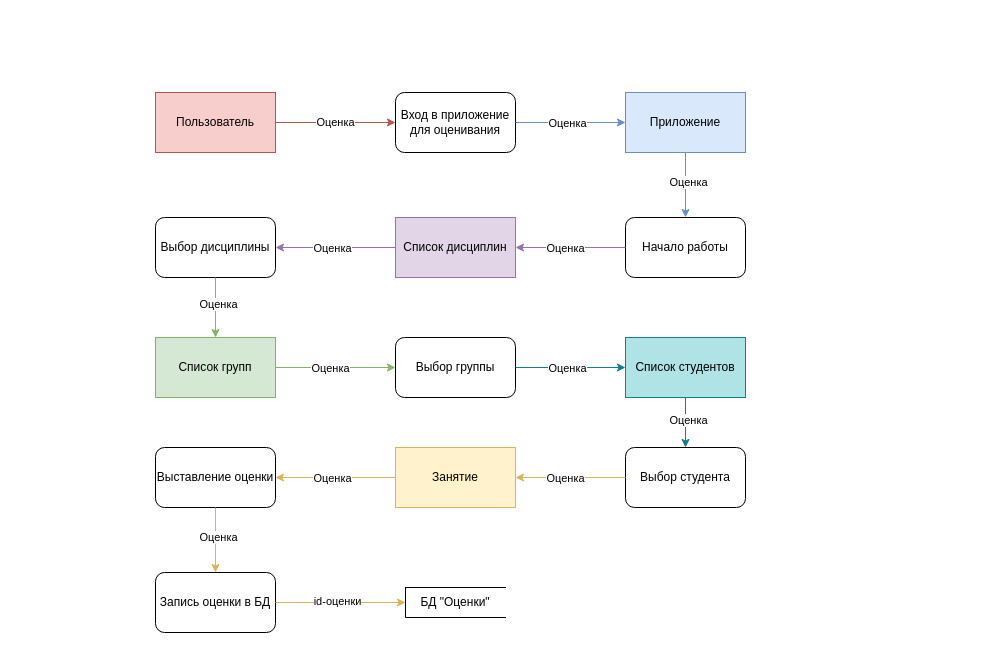
The draw.io diagram DFD.drawio in PaulMatthewss/PP2, before the edit. Source tidied: cells renumbered, new cells numbered last; positions are measured from the earlier drawing's top-left corner, leaving out a move shared by most shapes. Both pictures are drawn from the tidied source at 100%, with x=0, y=0 at pixel (155, 92).
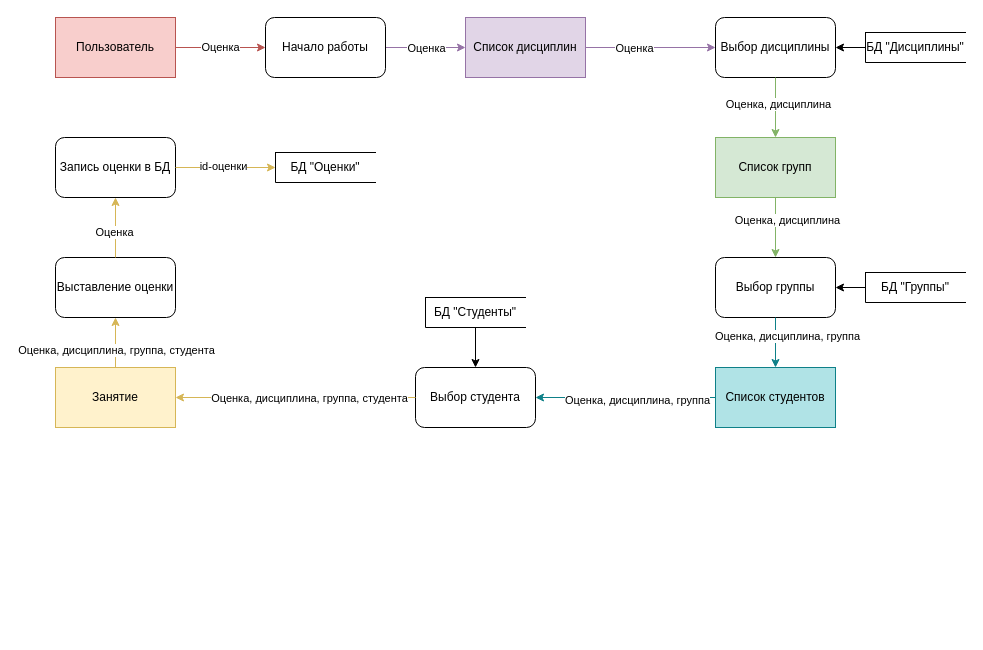
After the change.

The change refers to these unchanged cells:
```xml
<mxCell id="22" style="endArrow=classic;html=1;rounded=0;fillColor=#e1d5e7;strokeColor=#9673a6;" parent="1" edge="1" source="13" target="14">
  <mxGeometry relative="1" as="geometry" />
</mxCell>
<mxCell id="24" style="endArrow=classic;html=1;rounded=0;fillColor=#e1d5e7;strokeColor=#9673a6;" parent="1" edge="1" source="14" target="15">
  <mxGeometry relative="1" as="geometry" />
</mxCell>
<mxCell id="26" style="endArrow=classic;html=1;rounded=0;fillColor=#d5e8d4;strokeColor=#82b366;" parent="1" edge="1" source="15" target="16">
  <mxGeometry relative="1" as="geometry" />
</mxCell>
<mxCell id="28" style="endArrow=classic;html=1;rounded=0;fillColor=#d5e8d4;strokeColor=#82b366;" parent="1" edge="1" source="16" target="17">
  <mxGeometry relative="1" as="geometry" />
</mxCell>
<mxCell id="30" style="endArrow=classic;html=1;rounded=0;fillColor=#b0e3e6;strokeColor=#0e8088;" parent="1" edge="1" source="17" target="18">
  <mxGeometry relative="1" as="geometry" />
</mxCell>
<mxCell id="32" style="endArrow=classic;html=1;rounded=0;fillColor=#fff2cc;strokeColor=#d6b656;" parent="1" edge="1" source="19" target="20">
  <mxGeometry relative="1" as="geometry" />
</mxCell>
<mxCell id="34" style="endArrow=classic;html=1;rounded=0;fillColor=#fff2cc;strokeColor=#d6b656;" parent="1" edge="1" source="20" target="21">
  <mxGeometry relative="1" as="geometry" />
</mxCell>
<mxCell id="36" style="endArrow=classic;html=1;rounded=0;fillColor=#b0e3e6;strokeColor=#0e8088;" parent="1" edge="1" source="18" target="19">
  <mxGeometry relative="1" as="geometry" />
</mxCell>
```

Change to the diagram source:
```diff
@@
-    <mxCell id="2" value="Вход в приложение для оценивания" style="rounded=1;whiteSpace=wrap;html=1;" parent="1" vertex="1">
-      <mxGeometry x="240" width="120" height="60" as="geometry" />
-    </mxCell>
-    <mxCell id="3" value="Приложение" style="rounded=0;whiteSpace=wrap;html=1;fillColor=#dae8fc;strokeColor=#6c8ebf;" parent="1" vertex="1">
-      <mxGeometry x="470" width="120" height="60" as="geometry" />
-    </mxCell>
-    <mxCell id="4" value="Оценка" style="endArrow=classic;html=1;rounded=0;fillColor=#f8cecc;strokeColor=#b85450;" parent="1" edge="1" source="40" target="2">
+    <mxCell id="4" value="Оценка" style="endArrow=classic;html=1;rounded=0;fillColor=#f8cecc;strokeColor=#b85450;" parent="1" edge="1" source="40" target="13">
       <mxGeometry relative="1" as="geometry" />
     </mxCell>
-    <mxCell id="5" style="endArrow=classic;html=1;rounded=0;fillColor=#dae8fc;strokeColor=#6c8ebf;" parent="1" edge="1" source="2" target="3">
-      <mxGeometry relative="1" as="geometry" />
-    </mxCell>
-    <mxCell id="6" value="Оценка" style="edgeLabel;html=1;align=center;verticalAlign=middle;" parent="5" vertex="1">
-      <mxGeometry x="-0.28" relative="1" as="geometry">
-        <mxPoint x="11" as="offset" />
-      </mxGeometry>
-    </mxCell>
     <mxCell id="7" value="Запись оценки в БД" style="rounded=1;whiteSpace=wrap;html=1;" parent="1" vertex="1">
-      <mxGeometry y="480" width="120" height="60" as="geometry" />
+      <mxGeometry x="-100" y="45" width="120" height="60" as="geometry" />
     </mxCell>
     <mxCell id="8" value="БД &quot;Оценки&quot;" style="html=1;dashed=0;whiteSpace=wrap;shape=partialRectangle;right=0;" parent="1" vertex="1">
-      <mxGeometry x="250" y="495" width="100" height="30" as="geometry" />
+      <mxGeometry x="120" y="60" width="100" height="30" as="geometry" />
     </mxCell>
-    <mxCell id="9" style="endArrow=classic;html=1;rounded=0;fillColor=#dae8fc;strokeColor=#6c8ebf;" parent="1" edge="1" source="3" target="13">
-      <mxGeometry relative="1" as="geometry" />
-    </mxCell>
-    <mxCell id="10" value="Оценка" style="edgeLabel;html=1;align=center;verticalAlign=middle;" parent="9" vertex="1">
-      <mxGeometry x="-0.12" y="2" relative="1" as="geometry" />
-    </mxCell>
@@
-    <mxCell id="13" value="Начало работы" style="rounded=1;whiteSpace=wrap;html=1;" parent="1" vertex="1">
-      <mxGeometry x="470" y="125" width="120" height="60" as="geometry" />
-    </mxCell>
     <mxCell id="14" value="Список дисциплин" style="html=1;dashed=0;whiteSpace=wrap;fillColor=#e1d5e7;strokeColor=#9673a6;" parent="1" vertex="1">
-      <mxGeometry x="240" y="125" width="120" height="60" as="geometry" />
+      <mxGeometry x="310" y="-75" width="120" height="60" as="geometry" />
     </mxCell>
     <mxCell id="15" value="Выбор дисциплины" style="rounded=1;whiteSpace=wrap;html=1;" parent="1" vertex="1">
-      <mxGeometry y="125" width="120" height="60" as="geometry" />
+      <mxGeometry x="560" y="-75" width="120" height="60" as="geometry" />
     </mxCell>
     <mxCell id="16" value="Список групп" style="html=1;dashed=0;whiteSpace=wrap;fillColor=#d5e8d4;strokeColor=#82b366;" parent="1" vertex="1">
-      <mxGeometry y="245" width="120" height="60" as="geometry" />
+      <mxGeometry x="560" y="45" width="120" height="60" as="geometry" />
     </mxCell>
     <mxCell id="17" value="Выбор группы" style="rounded=1;whiteSpace=wrap;html=1;" parent="1" vertex="1">
-      <mxGeometry x="240" y="245" width="120" height="60" as="geometry" />
+      <mxGeometry x="560" y="165" width="120" height="60" as="geometry" />
     </mxCell>
     <mxCell id="18" value="Список студентов" style="html=1;dashed=0;whiteSpace=wrap;fillColor=#b0e3e6;strokeColor=#0e8088;" parent="1" vertex="1">
-      <mxGeometry x="470" y="245" width="120" height="60" as="geometry" />
+      <mxGeometry x="560" y="275" width="120" height="60" as="geometry" />
     </mxCell>
     <mxCell id="19" value="Выбор студента" style="rounded=1;whiteSpace=wrap;html=1;" parent="1" vertex="1">
-      <mxGeometry x="470" y="355" width="120" height="60" as="geometry" />
+      <mxGeometry x="260" y="275" width="120" height="60" as="geometry" />
     </mxCell>
     <mxCell id="20" value="Занятие" style="html=1;dashed=0;whiteSpace=wrap;fillColor=#fff2cc;strokeColor=#d6b656;" parent="1" vertex="1">
-      <mxGeometry x="240" y="355" width="120" height="60" as="geometry" />
+      <mxGeometry x="-100" y="275" width="120" height="60" as="geometry" />
     </mxCell>
     <mxCell id="21" value="Выставление оценки" style="rounded=1;whiteSpace=wrap;html=1;" parent="1" vertex="1">
-      <mxGeometry y="355" width="120" height="60" as="geometry" />
+      <mxGeometry x="-100" y="165" width="120" height="60" as="geometry" />
     </mxCell>
@@
     <mxCell id="23" value="Оценка" style="edgeLabel;html=1;align=center;verticalAlign=middle;" parent="22" vertex="1">
       <mxGeometry x="-0.28" relative="1" as="geometry">
-        <mxPoint x="-21" as="offset" />
+        <mxPoint x="11" as="offset" />
       </mxGeometry>
     </mxCell>
@@
     <mxCell id="25" value="Оценка" style="edgeLabel;html=1;align=center;verticalAlign=middle;" parent="24" vertex="1">
       <mxGeometry x="-0.28" relative="1" as="geometry">
-        <mxPoint x="-21" as="offset" />
+        <mxPoint x="1" as="offset" />
       </mxGeometry>
     </mxCell>
@@
-    <mxCell id="27" value="Оценка" style="edgeLabel;html=1;align=center;verticalAlign=middle;" parent="26" vertex="1">
+    <mxCell id="27" value="Оценка, дисциплина" style="edgeLabel;html=1;align=center;verticalAlign=middle;" parent="26" vertex="1">
       <mxGeometry x="-0.12" y="2" relative="1" as="geometry" />
     </mxCell>
@@
-    <mxCell id="29" value="Оценка" style="edgeLabel;html=1;align=center;verticalAlign=middle;" parent="28" vertex="1">
+    <mxCell id="29" value="Оценка, дисциплина" style="edgeLabel;html=1;align=center;verticalAlign=middle;" parent="28" vertex="1">
       <mxGeometry x="-0.28" relative="1" as="geometry">
         <mxPoint x="11" as="offset" />
       </mxGeometry>
     </mxCell>
@@
-    <mxCell id="31" value="Оценка" style="edgeLabel;html=1;align=center;verticalAlign=middle;" parent="30" vertex="1">
+    <mxCell id="31" value="Оценка, дисциплина, группа" style="edgeLabel;html=1;align=center;verticalAlign=middle;" parent="30" vertex="1">
       <mxGeometry x="-0.28" relative="1" as="geometry">
         <mxPoint x="11" as="offset" />
       </mxGeometry>
     </mxCell>
@@
-    <mxCell id="33" value="Оценка" style="edgeLabel;html=1;align=center;verticalAlign=middle;" parent="32" vertex="1">
+    <mxCell id="33" value="Оценка, дисциплина, группа, студента" style="edgeLabel;html=1;align=center;verticalAlign=middle;" parent="32" vertex="1">
       <mxGeometry x="-0.28" relative="1" as="geometry">
         <mxPoint x="-21" as="offset" />
       </mxGeometry>
     </mxCell>
@@
-    <mxCell id="35" value="Оценка" style="edgeLabel;html=1;align=center;verticalAlign=middle;" parent="34" vertex="1">
-      <mxGeometry x="-0.28" relative="1" as="geometry">
-        <mxPoint x="-21" as="offset" />
-      </mxGeometry>
+    <mxCell id="35" value="Оценка, дисциплина, группа, студента" style="edgeLabel;html=1;align=center;verticalAlign=middle;" parent="34" vertex="1">
+      <mxGeometry x="-0.28" relative="1" as="geometry" />
     </mxCell>
@@
-    <mxCell id="37" value="Оценка" style="edgeLabel;html=1;align=center;verticalAlign=middle;" parent="36" vertex="1">
+    <mxCell id="37" value="Оценка, дисциплина, группа" style="edgeLabel;html=1;align=center;verticalAlign=middle;" parent="36" vertex="1">
       <mxGeometry x="-0.12" y="2" relative="1" as="geometry" />
     </mxCell>
@@
     <mxCell id="40" value="Пользователь" style="rounded=0;whiteSpace=wrap;html=1;fillColor=#f8cecc;strokeColor=#b85450;" parent="1" vertex="1">
-      <mxGeometry width="120" height="60" as="geometry" />
+      <mxGeometry x="-100" y="-75" width="120" height="60" as="geometry" />
     </mxCell>
+    <mxCell id="41" value="БД &quot;Дисциплины&quot;" style="html=1;dashed=0;whiteSpace=wrap;shape=partialRectangle;right=0;" parent="1" vertex="1">
+      <mxGeometry x="710" y="-60" width="100" height="30" as="geometry" />
+    </mxCell>
+    <mxCell id="42" style="endArrow=classic;html=1;rounded=0;" parent="1" edge="1" source="41" target="15">
+      <mxGeometry relative="1" as="geometry" />
+    </mxCell>
+    <mxCell id="43" value="БД &quot;Группы&quot;" style="html=1;dashed=0;whiteSpace=wrap;shape=partialRectangle;right=0;" parent="1" vertex="1">
+      <mxGeometry x="710" y="180" width="100" height="30" as="geometry" />
+    </mxCell>
+    <mxCell id="44" style="endArrow=classic;html=1;rounded=0;" parent="1" edge="1" source="43" target="17">
+      <mxGeometry relative="1" as="geometry" />
+    </mxCell>
+    <mxCell id="45" value="БД &quot;Студенты&quot;" style="html=1;dashed=0;whiteSpace=wrap;shape=partialRectangle;right=0;" parent="1" vertex="1">
+      <mxGeometry x="270" y="205" width="100" height="30" as="geometry" />
+    </mxCell>
+    <mxCell id="46" style="endArrow=classic;html=1;rounded=0;" parent="1" edge="1" source="45" target="19">
+      <mxGeometry relative="1" as="geometry" />
+    </mxCell>
+    <mxCell id="13" value="Начало работы" style="rounded=1;whiteSpace=wrap;html=1;" parent="1" vertex="1">
+      <mxGeometry x="110" y="-75" width="120" height="60" as="geometry" />
+    </mxCell>
```
